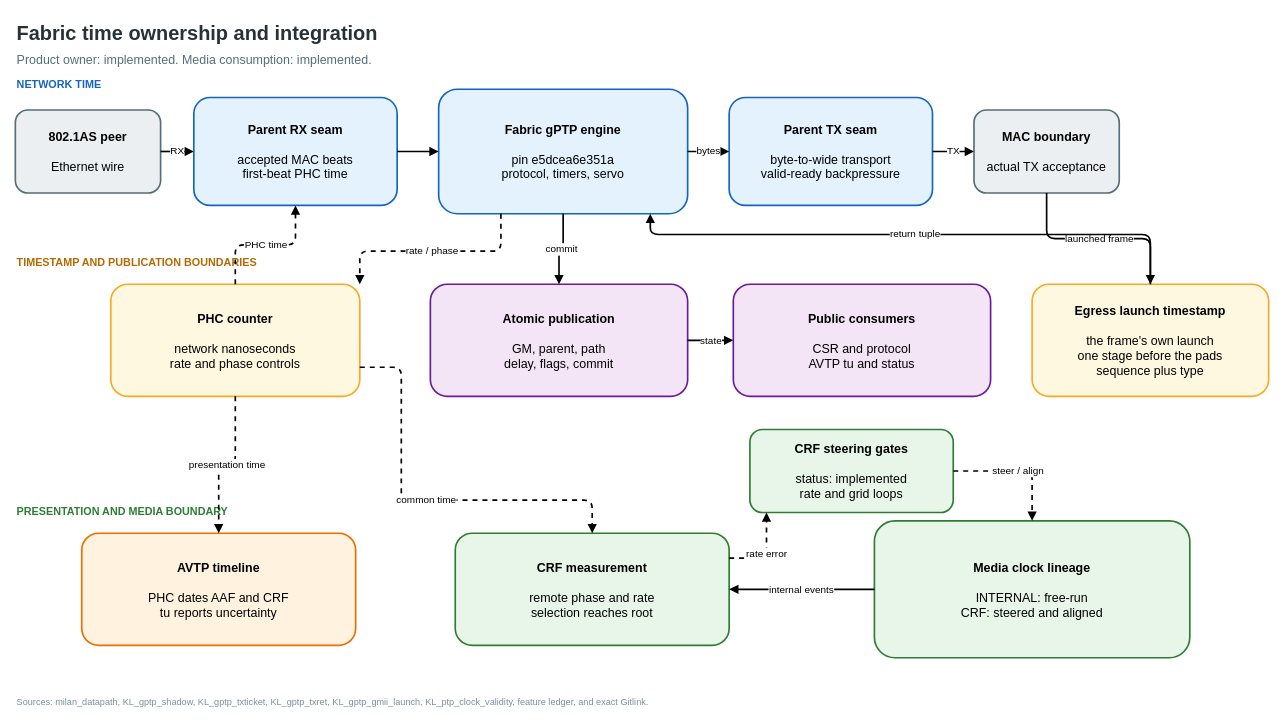
Earlier version of the draw.io diagram docs/diagrams/timesync_chain.drawio (kebag-logic/milan-fpga). Source tidied: cells renumbered, new cells numbered last; positions are measured from the earlier drawing's top-left corner, leaving out a move shared by most shapes. Both pictures are drawn from the tidied source at 83%, with x=0, y=0 at pixel (15, 14).
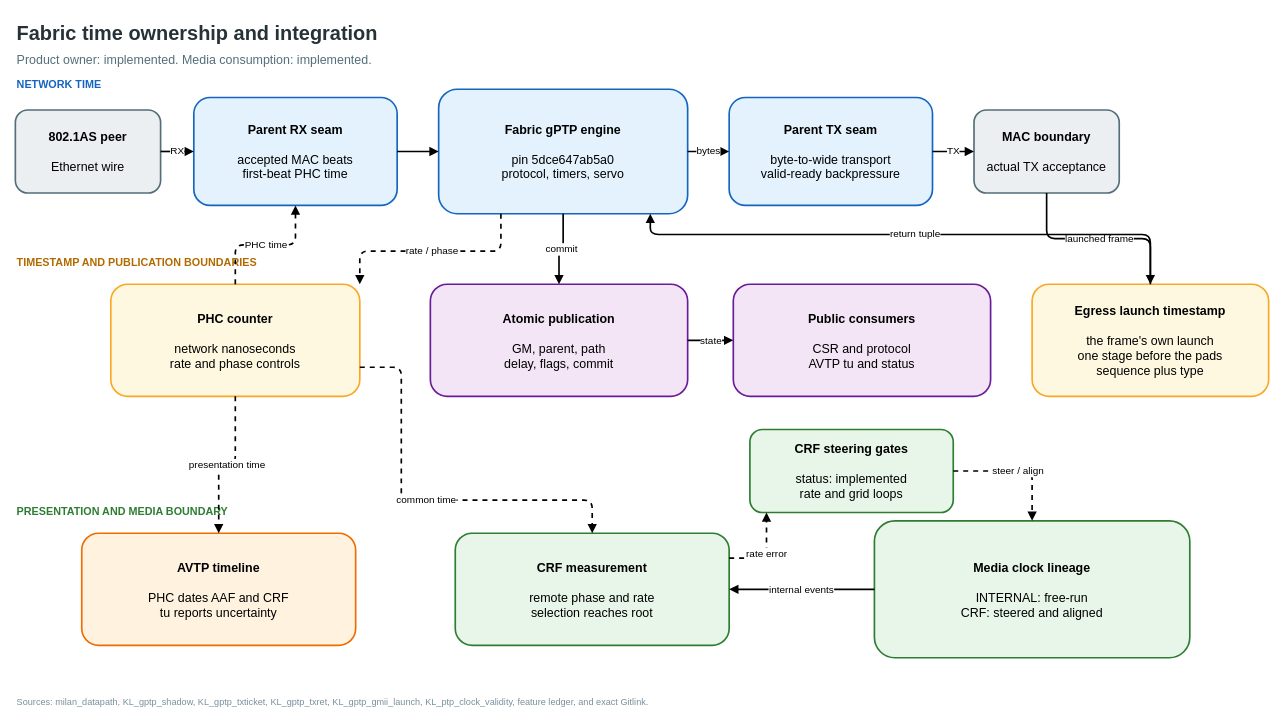
After the change.

What changed in the source:
```diff
@@
-    <mxCell id="10" value="&lt;b&gt;Fabric gPTP engine&lt;/b&gt;&lt;br&gt;&lt;br&gt;pin e5dcea6e351a&lt;br&gt;protocol, timers, servo" style="rounded=1;whiteSpace=wrap;html=1;verticalAlign=middle;align=center;fontSize=15;strokeWidth=2;fillColor=#E3F2FD;strokeColor=#1565C0;" parent="1" vertex="1">
+    <mxCell id="10" value="&lt;b&gt;Fabric gPTP engine&lt;/b&gt;&lt;br&gt;&lt;br&gt;pin 5dce647ab5a0&lt;br&gt;protocol, timers, servo" style="rounded=1;whiteSpace=wrap;html=1;verticalAlign=middle;align=center;fontSize=15;strokeWidth=2;fillColor=#E3F2FD;strokeColor=#1565C0;" parent="1" vertex="1">
       <mxGeometry x="510" y="90" width="300" height="150" as="geometry" />
     </mxCell>
```
